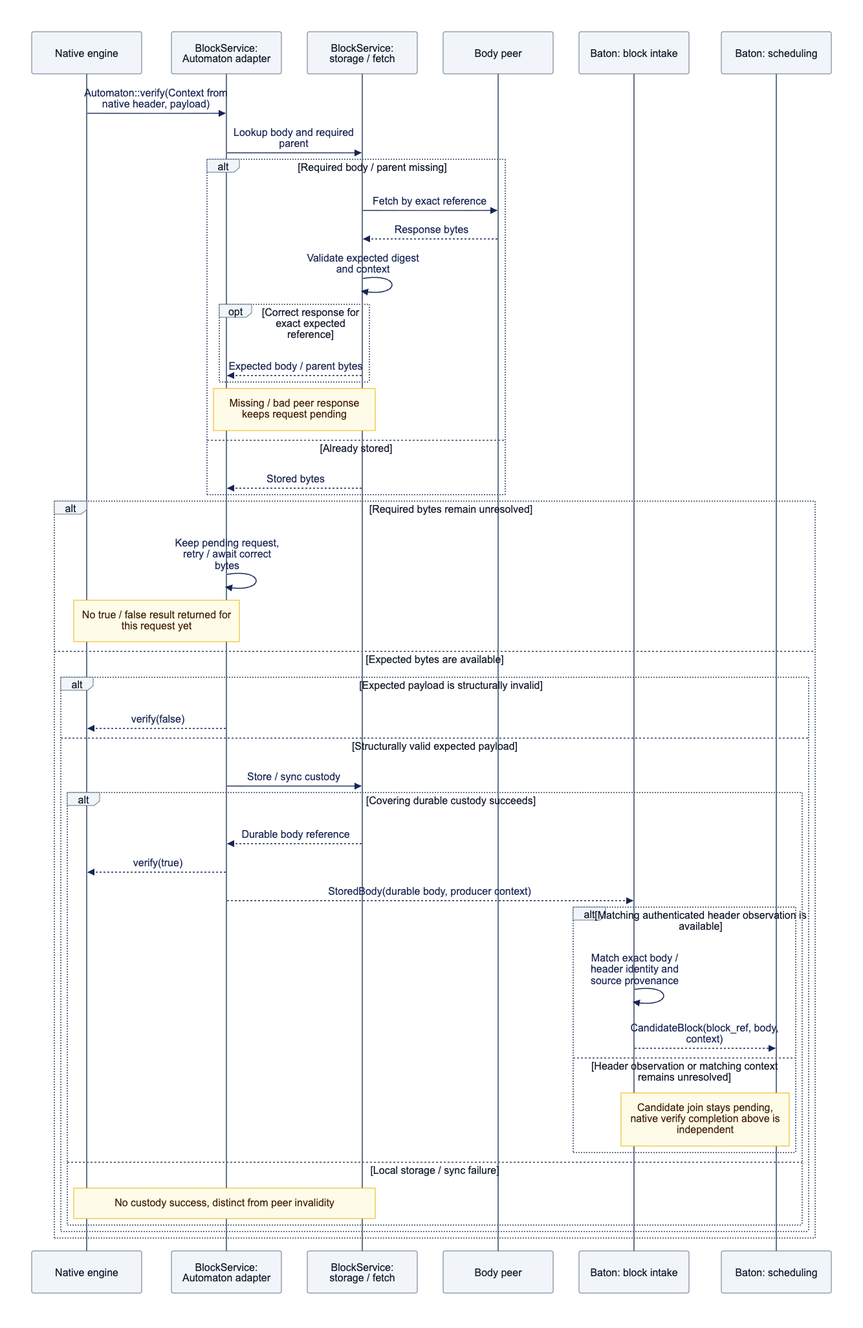
djm07073/baton-research keeps this Mermaid diagram as docs/assets/diagrams/diagram-05.png. Above is the earlier version. Its source is kept beside it as docs/assets/diagrams/diagram-05.mmd.
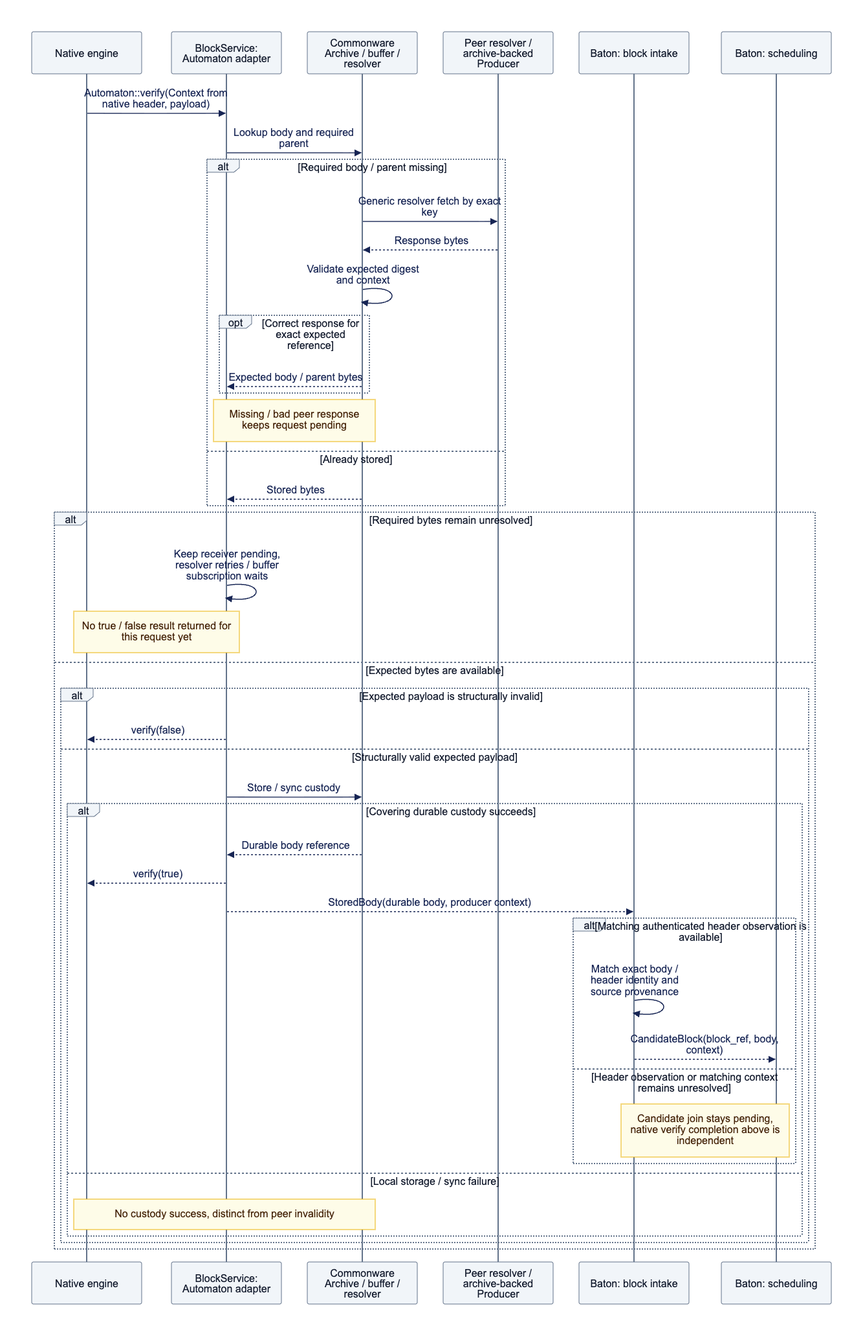
After the commit.

What changed in the source:
```diff
@@ -1,14 +1,14 @@
 sequenceDiagram
     participant N as Native engine
     participant A as BlockService: Automaton adapter
-    participant S as BlockService: storage / fetch
-    participant P as Body peer
+    participant S as Commonware Archive / buffer / resolver
+    participant P as Peer resolver / archive-backed Producer
     participant I as Baton: block intake
     participant B as Baton: scheduling
     N->>A: Automaton::verify(Context from native header, payload)
     A->>S: Lookup body and required parent
     alt Required body / parent missing
-        S->>P: Fetch by exact reference
+        S->>P: Generic resolver fetch by exact key
         P-->>S: Response bytes
         S->>S: Validate expected digest and context
         opt Correct response for exact expected reference
@@ -19,7 +19,7 @@
         S-->>A: Stored bytes
     end
     alt Required bytes remain unresolved
-        A->>A: Keep pending request, retry / await correct bytes
+        A->>A: Keep receiver pending, resolver retries / buffer subscription waits
         Note over N,A: No true / false result returned for this request yet
     else Expected bytes are available
         alt Expected payload is structurally invalid
```
